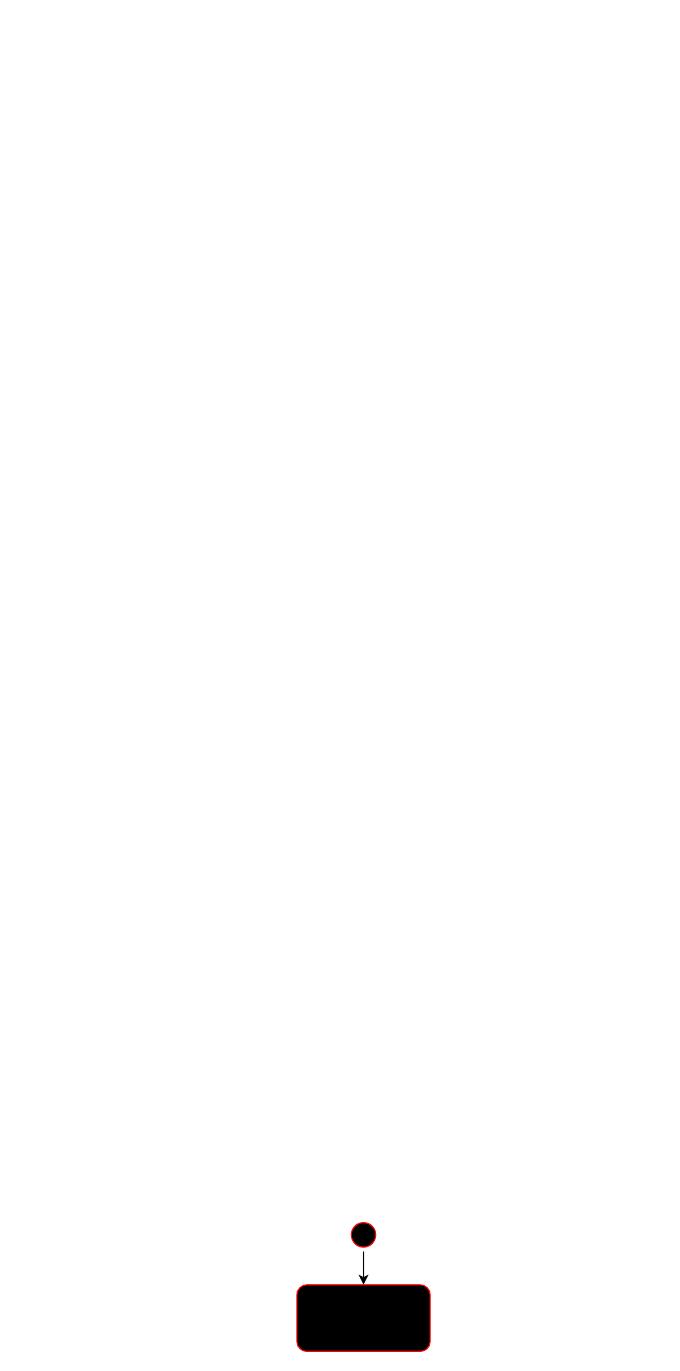
The draw.io diagram DIAGRAMS/Student Activity Diagram.drawio in 551462-Design-Develop-Deploy-24-25/001-port-individual-software-project-portfolio-MMukhtar1885, before the edit. Source tidied: cells renumbered, new cells numbered last; positions are measured from the earlier drawing's top-left corner, leaving out a move shared by most shapes. Both pictures are drawn from the tidied source at 111%, with x=0, y=0 at pixel (296, 1218).
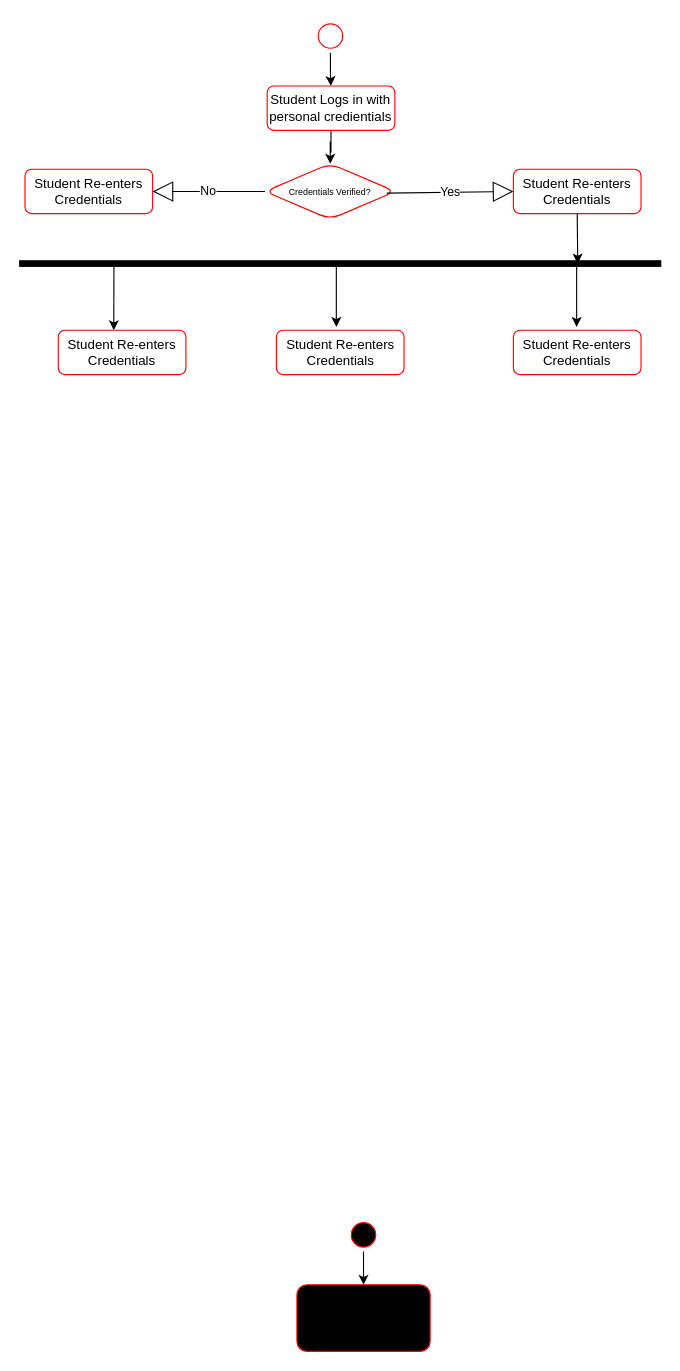
The same diagram, later.

Change to the diagram source:
```diff
@@
+    <mxCell id="5" style="edgeStyle=orthogonalEdgeStyle;rounded=0;jettySize=auto;html=1;" parent="1" edge="1" source="6" target="8">
+      <mxGeometry relative="1" as="geometry" />
+    </mxCell>
@@
+    <mxCell id="6" style="ellipse;html=1;shape=startState;fillColor=#FFFFFF;strokeColor=#ff0000;" parent="1" vertex="1">
+      <mxGeometry x="15.2" y="-1080" width="30" height="30" as="geometry" />
+    </mxCell>
@@
+    <mxCell id="7" style="edgeStyle=orthogonalEdgeStyle;rounded=0;jettySize=auto;html=1;" parent="1" edge="1" source="8" target="9">
+      <mxGeometry relative="1" as="geometry" />
+    </mxCell>
@@
+    <mxCell id="8" value="Student Logs in with personal credientials" style="rounded=1;whiteSpace=wrap;html=1;fillColor=#FFFFFF;strokeColor=#ff0000;" parent="1" vertex="1">
+      <mxGeometry x="-26.8" y="-1020" width="115" height="40" as="geometry" />
+    </mxCell>
+    <mxCell id="9" value="&lt;font style=&quot;font-size: 8px;&quot;&gt;Credentials Verified?&lt;/font&gt;" style="rhombus;whiteSpace=wrap;html=1;fillColor=#FFFFFF;strokeColor=#ff0000;rounded=1;" parent="1" vertex="1">
+      <mxGeometry x="-28.8" y="-950" width="117.5" height="50" as="geometry" />
+    </mxCell>
+    <mxCell id="10" value="No" style="endArrow=block;endSize=16;endFill=0;html=1;rounded=0;entryX=1;entryY=0.5;entryDx=0;entryDy=0;exitX=0;exitY=0.5;exitDx=0;exitDy=0;" parent="1" edge="1" source="9" target="11">
+      <mxGeometry relative="1" as="geometry" />
+    </mxCell>
+    <mxCell id="11" value="Student Re-enters Credentials" style="rounded=1;whiteSpace=wrap;html=1;fillColor=#FFFFFF;strokeColor=#ff0000;" parent="1" vertex="1">
+      <mxGeometry x="-245" y="-945" width="115" height="40" as="geometry" />
+    </mxCell>
+    <mxCell id="12" value="Yes" style="endArrow=block;endSize=16;endFill=0;html=1;rounded=0;entryX=0;entryY=0.5;entryDx=0;entryDy=0;exitX=0.934;exitY=0.53;exitDx=0;exitDy=0;exitPerimeter=0;" parent="1" edge="1" source="9" target="13">
+      <mxGeometry relative="1" as="geometry" />
+    </mxCell>
+    <mxCell id="13" value="Student Re-enters Credentials" style="rounded=1;whiteSpace=wrap;html=1;fillColor=#FFFFFF;strokeColor=#ff0000;" parent="1" vertex="1">
+      <mxGeometry x="195" y="-945" width="115" height="40" as="geometry" />
+    </mxCell>
+    <mxCell id="14" style="html=1;points=[];perimeter=orthogonalPerimeter;fillColor=strokeColor;rotation=90;" parent="1" vertex="1">
+      <mxGeometry x="36.5" y="-1148.8" width="5" height="577.5" as="geometry" />
+    </mxCell>
+    <mxCell id="15" style="endArrow=classic;html=1;rounded=0;exitX=0.5;exitY=1;exitDx=0;exitDy=0;" parent="1" edge="1" source="13">
+      <mxGeometry relative="1" as="geometry">
+        <mxPoint x="253" y="-860" as="targetPoint" />
+      </mxGeometry>
+    </mxCell>
+    <mxCell id="16" style="endArrow=classic;html=1;rounded=0;exitX=1;exitY=0.853;exitDx=0;exitDy=0;exitPerimeter=0;" parent="1" edge="1" source="14">
+      <mxGeometry relative="1" as="geometry">
+        <mxPoint x="-165" y="-800" as="targetPoint" />
+      </mxGeometry>
+    </mxCell>
+    <mxCell id="17" style="endArrow=classic;html=1;rounded=0;exitX=1;exitY=0.853;exitDx=0;exitDy=0;exitPerimeter=0;" parent="1" edge="1">
+      <mxGeometry relative="1" as="geometry">
+        <mxPoint x="35.5" y="-860" as="sourcePoint" />
+        <mxPoint x="35.5" y="-803" as="targetPoint" />
+      </mxGeometry>
+    </mxCell>
+    <mxCell id="18" style="endArrow=classic;html=1;rounded=0;exitX=1;exitY=0.853;exitDx=0;exitDy=0;exitPerimeter=0;" parent="1" edge="1">
+      <mxGeometry relative="1" as="geometry">
+        <mxPoint x="252" y="-860" as="sourcePoint" />
+        <mxPoint x="252" y="-803" as="targetPoint" />
+      </mxGeometry>
+    </mxCell>
+    <mxCell id="19" value="Student Re-enters Credentials" style="rounded=1;whiteSpace=wrap;html=1;fillColor=#FFFFFF;strokeColor=#ff0000;" parent="1" vertex="1">
+      <mxGeometry x="195" y="-800" width="115" height="40" as="geometry" />
+    </mxCell>
+    <mxCell id="20" value="Student Re-enters Credentials" style="rounded=1;whiteSpace=wrap;html=1;fillColor=#FFFFFF;strokeColor=#ff0000;" parent="1" vertex="1">
+      <mxGeometry x="-18.5" y="-800" width="115" height="40" as="geometry" />
+    </mxCell>
+    <mxCell id="21" value="Student Re-enters Credentials" style="rounded=1;whiteSpace=wrap;html=1;fillColor=#FFFFFF;strokeColor=#ff0000;" parent="1" vertex="1">
+      <mxGeometry x="-215" y="-800" width="115" height="40" as="geometry" />
+    </mxCell>
```
